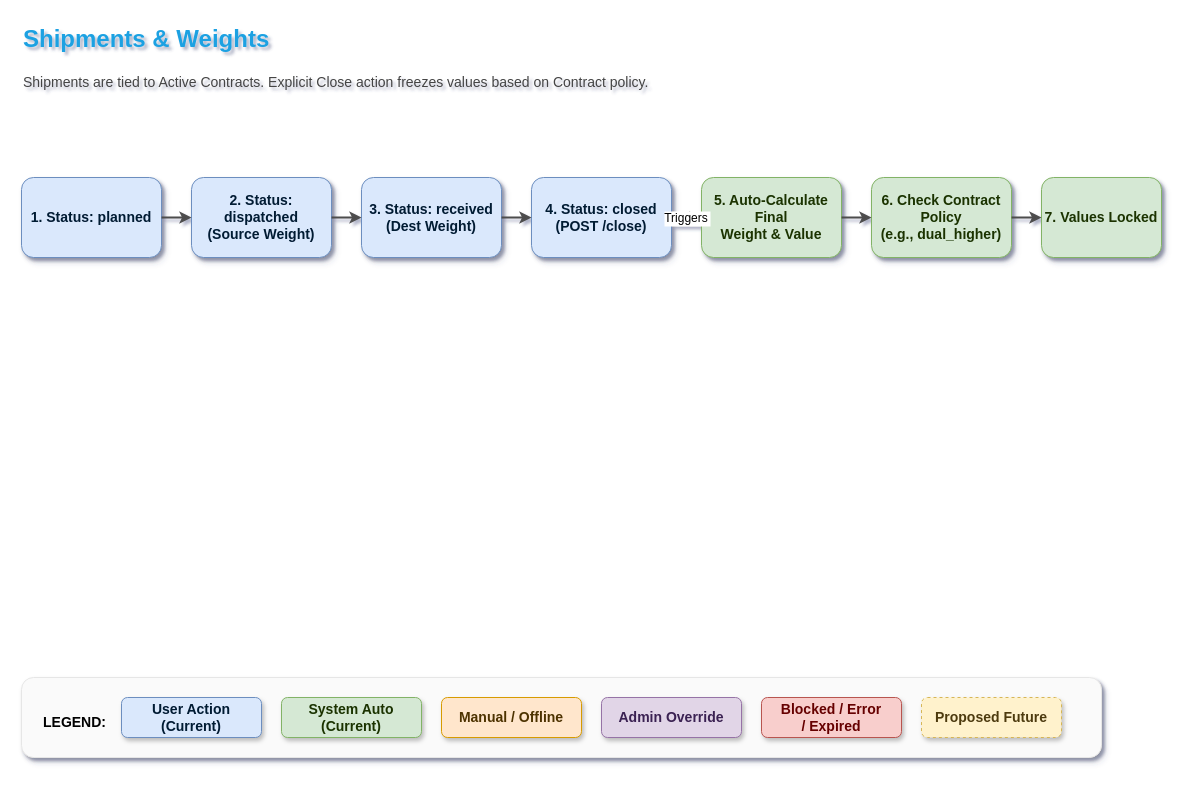
Earlier version of the draw.io diagram page "6. Shipments & Weights" (6 of 12) of docs/Tadweerah_Operational_Truth_Workflows_v5.drawio (mmuaibed/Tadweerah-Hub). Source tidied: cells renumbered, new cells numbered last; positions are measured from the earlier drawing's top-left corner, leaving out a move shared by most shapes. Both pictures are drawn from the tidied source at 100%, with x=0, y=0 at pixel (21, 17).
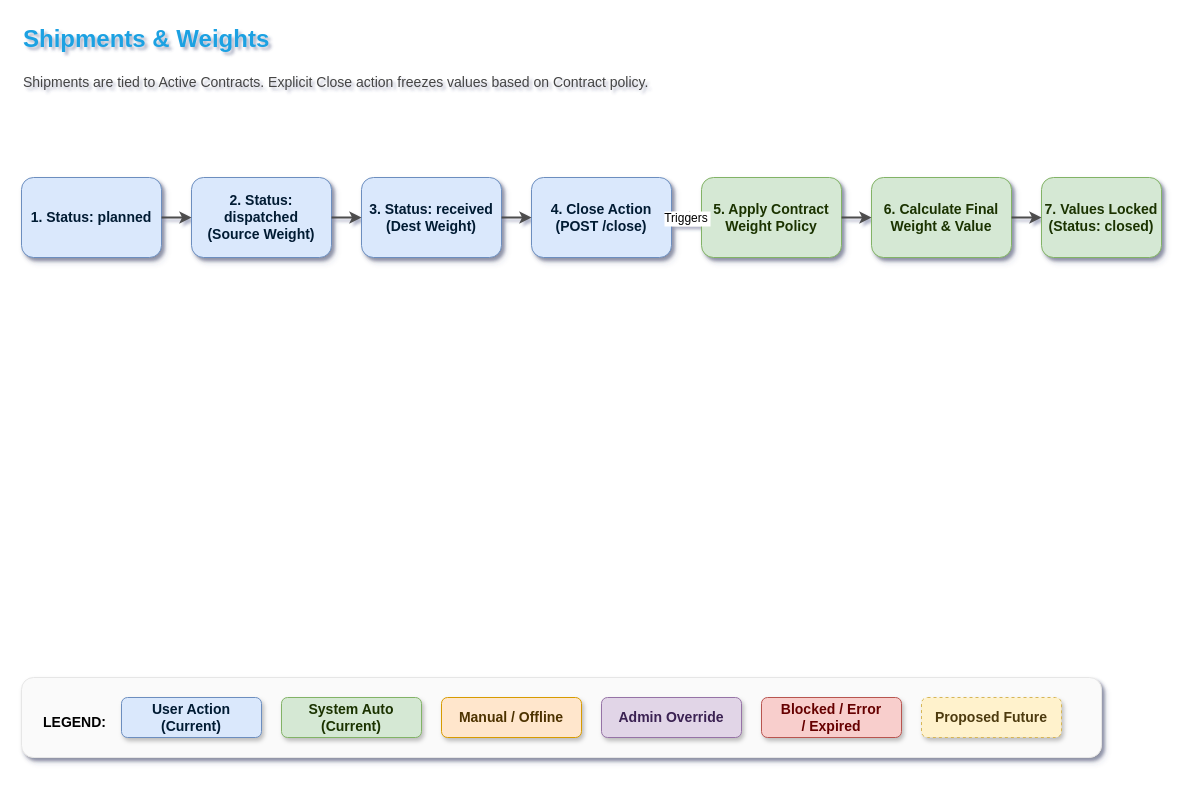
After the change.

Commit message (it also covers changes not shown here):
docs: Apply Operational Truth Correction Pass to v5 drawio based on backend audit

The edit, as a diff of the source:
```diff
@@
-    <mxCell id="7" value="4. Status: closed&#10;(POST /close)" style="rounded=1;whiteSpace=wrap;html=0;fontSize=14;fontStyle=1;shadow=1;fillColor=#dae8fc;strokeColor=#6c8ebf;fontColor=#001A33;" parent="1" vertex="1">
+    <mxCell id="7" value="4. Close Action&#10;(POST /close)" style="rounded=1;whiteSpace=wrap;html=0;fontSize=14;fontStyle=1;shadow=1;fillColor=#dae8fc;strokeColor=#6c8ebf;fontColor=#001A33;" parent="1" vertex="1">
       <mxGeometry x="510" y="160" width="140" height="80" as="geometry" />
     </mxCell>
-    <mxCell id="8" value="5. Auto-Calculate Final&#10;Weight &amp; Value" style="rounded=1;whiteSpace=wrap;html=0;fontSize=14;fontStyle=1;shadow=1;fillColor=#d5e8d4;strokeColor=#82b366;fontColor=#1A3300;" parent="1" vertex="1">
+    <mxCell id="8" value="5. Apply Contract&#10;Weight Policy" style="rounded=1;whiteSpace=wrap;html=0;fontSize=14;fontStyle=1;shadow=1;fillColor=#d5e8d4;strokeColor=#82b366;fontColor=#1A3300;" parent="1" vertex="1">
       <mxGeometry x="680" y="160" width="140" height="80" as="geometry" />
     </mxCell>
-    <mxCell id="9" value="6. Check Contract Policy&#10;(e.g., dual_higher)" style="rounded=1;whiteSpace=wrap;html=0;fontSize=14;fontStyle=1;shadow=1;fillColor=#d5e8d4;strokeColor=#82b366;fontColor=#1A3300;" parent="1" vertex="1">
+    <mxCell id="9" value="6. Calculate Final&#10;Weight &amp; Value" style="rounded=1;whiteSpace=wrap;html=0;fontSize=14;fontStyle=1;shadow=1;fillColor=#d5e8d4;strokeColor=#82b366;fontColor=#1A3300;" parent="1" vertex="1">
       <mxGeometry x="850" y="160" width="140" height="80" as="geometry" />
     </mxCell>
-    <mxCell id="10" value="7. Values Locked" style="rounded=1;whiteSpace=wrap;html=0;fontSize=14;fontStyle=1;shadow=1;fillColor=#d5e8d4;strokeColor=#82b366;fontColor=#1A3300;" parent="1" vertex="1">
+    <mxCell id="10" value="7. Values Locked&#10;(Status: closed)" style="rounded=1;whiteSpace=wrap;html=0;fontSize=14;fontStyle=1;shadow=1;fillColor=#d5e8d4;strokeColor=#82b366;fontColor=#1A3300;" parent="1" vertex="1">
       <mxGeometry x="1020" y="160" width="120" height="80" as="geometry" />
     </mxCell>
```
